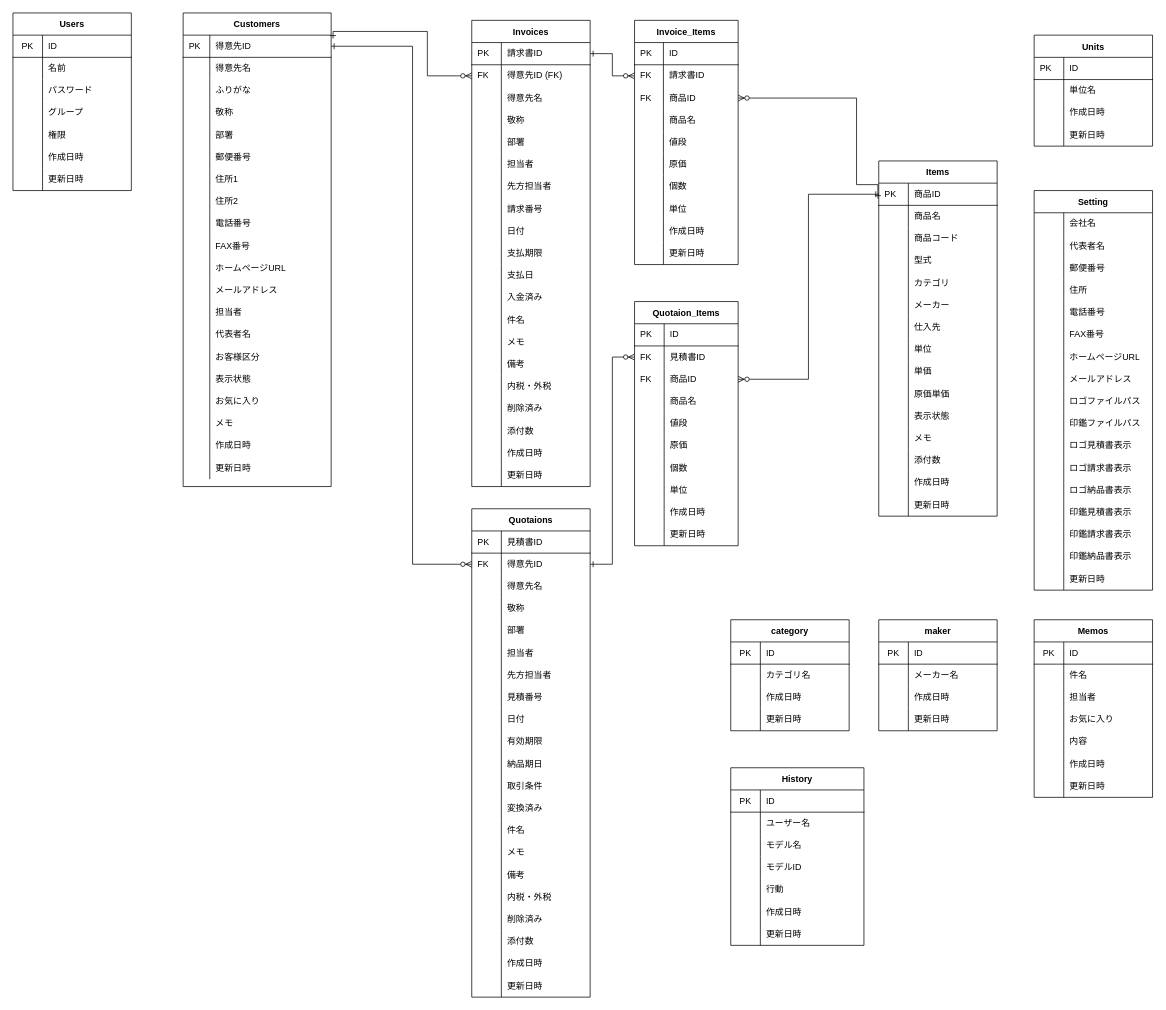
The draw.io diagram soho_er.dio in gamasenninn/caddie-clone, before the edit. Source tidied: cells renumbered, new cells numbered last; positions are measured from the earlier drawing's top-left corner, leaving out a move shared by most shapes. Both pictures are drawn from the tidied source at 74%, with x=0, y=0 at pixel (13, 13).
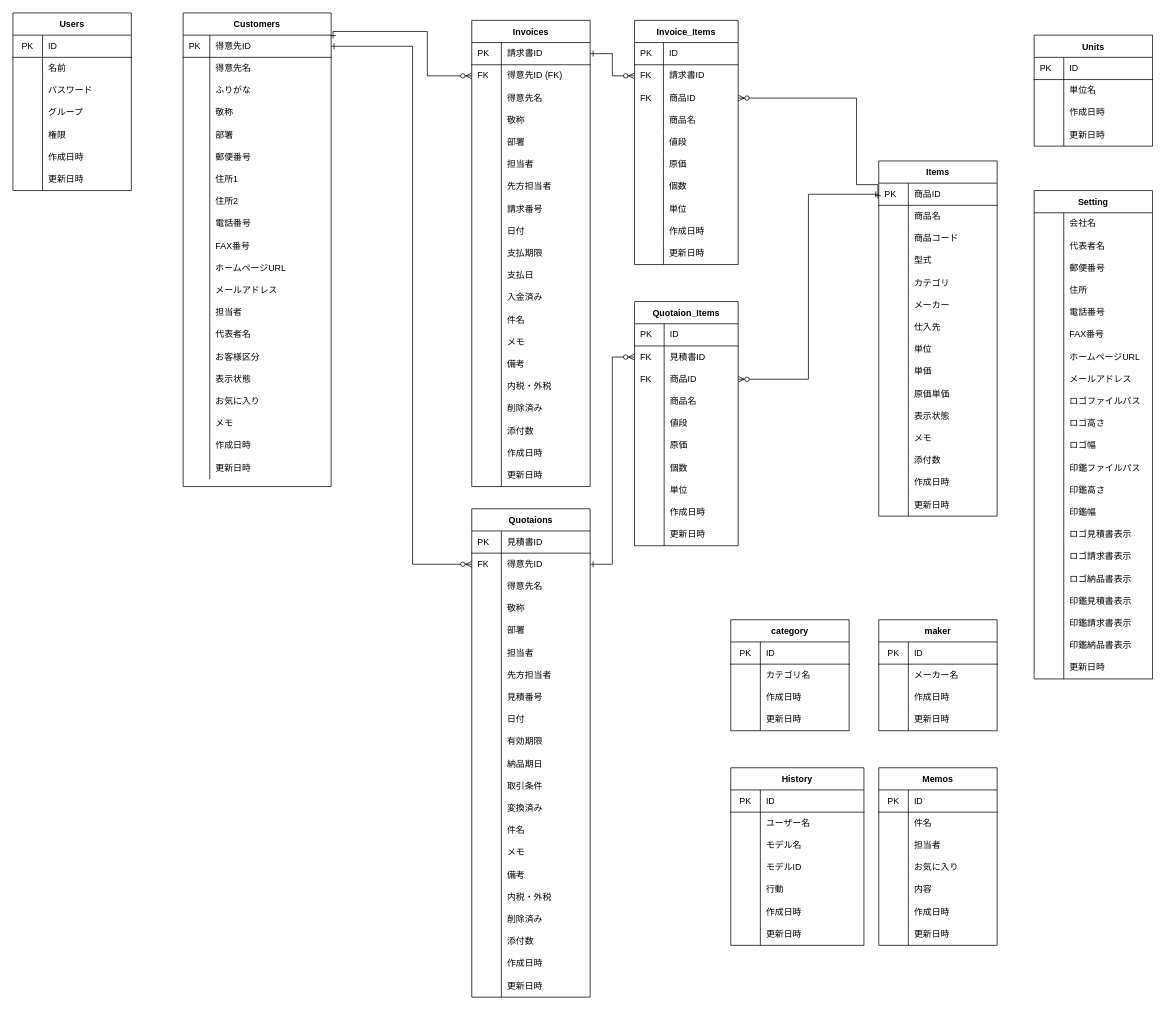
The same page after the edit.

Diff of the diagram source:
```diff
@@
     <mxCell id="309" value="Setting" style="shape=table;startSize=30;childLayout=tableLayout;rowLines=0;fontStyle=1;align=center;" parent="1" vertex="1">
-      <mxGeometry x="1380" y="240" width="160" height="540" as="geometry" />
+      <mxGeometry x="1380" y="240" width="160" height="660" as="geometry" />
     </mxCell>
@@
+    <mxCell id="459" style="shape=partialRectangle;html=1;whiteSpace=wrap;fillColor=none;top=0;left=0;bottom=0;right=0;" parent="309" vertex="1">
+      <mxGeometry y="300" width="160" height="30" as="geometry" />
+    </mxCell>
+    <mxCell id="460" style="shape=partialRectangle;html=1;whiteSpace=wrap;fillColor=none;top=0;left=0;bottom=0;right=0;align=left;spacingLeft=6;overflow=hidden;" parent="459" vertex="1">
+      <mxGeometry width="40" height="30" as="geometry" />
+    </mxCell>
+    <mxCell id="461" value="ロゴ高さ" style="shape=partialRectangle;html=1;whiteSpace=wrap;fillColor=none;top=0;left=0;bottom=0;right=0;align=left;spacingLeft=6;overflow=hidden;" parent="459" vertex="1">
+      <mxGeometry x="40" width="120" height="30" as="geometry" />
+    </mxCell>
+    <mxCell id="462" style="shape=partialRectangle;html=1;whiteSpace=wrap;fillColor=none;top=0;left=0;bottom=0;right=0;" parent="309" vertex="1">
+      <mxGeometry y="330" width="160" height="30" as="geometry" />
+    </mxCell>
+    <mxCell id="463" style="shape=partialRectangle;html=1;whiteSpace=wrap;fillColor=none;top=0;left=0;bottom=0;right=0;align=left;spacingLeft=6;overflow=hidden;" parent="462" vertex="1">
+      <mxGeometry width="40" height="30" as="geometry" />
+    </mxCell>
+    <mxCell id="464" value="ロゴ幅" style="shape=partialRectangle;html=1;whiteSpace=wrap;fillColor=none;top=0;left=0;bottom=0;right=0;align=left;spacingLeft=6;overflow=hidden;" parent="462" vertex="1">
+      <mxGeometry x="40" width="120" height="30" as="geometry" />
+    </mxCell>
     <mxCell id="337" style="shape=partialRectangle;html=1;whiteSpace=wrap;fillColor=none;top=0;left=0;bottom=0;right=0;" parent="309" vertex="1">
-      <mxGeometry y="300" width="160" height="30" as="geometry" />
+      <mxGeometry y="360" width="160" height="30" as="geometry" />
     </mxCell>
@@
+    <mxCell id="465" style="shape=partialRectangle;html=1;whiteSpace=wrap;fillColor=none;top=0;left=0;bottom=0;right=0;" parent="309" vertex="1">
+      <mxGeometry y="390" width="160" height="30" as="geometry" />
+    </mxCell>
+    <mxCell id="466" style="shape=partialRectangle;html=1;whiteSpace=wrap;fillColor=none;top=0;left=0;bottom=0;right=0;align=left;spacingLeft=6;overflow=hidden;" parent="465" vertex="1">
+      <mxGeometry width="40" height="30" as="geometry" />
+    </mxCell>
+    <mxCell id="467" value="印鑑高さ" style="shape=partialRectangle;html=1;whiteSpace=wrap;fillColor=none;top=0;left=0;bottom=0;right=0;align=left;spacingLeft=6;overflow=hidden;" parent="465" vertex="1">
+      <mxGeometry x="40" width="120" height="30" as="geometry" />
+    </mxCell>
+    <mxCell id="468" style="shape=partialRectangle;html=1;whiteSpace=wrap;fillColor=none;top=0;left=0;bottom=0;right=0;" parent="309" vertex="1">
+      <mxGeometry y="420" width="160" height="30" as="geometry" />
+    </mxCell>
+    <mxCell id="469" style="shape=partialRectangle;html=1;whiteSpace=wrap;fillColor=none;top=0;left=0;bottom=0;right=0;align=left;spacingLeft=6;overflow=hidden;" parent="468" vertex="1">
+      <mxGeometry width="40" height="30" as="geometry" />
+    </mxCell>
+    <mxCell id="470" value="印鑑幅" style="shape=partialRectangle;html=1;whiteSpace=wrap;fillColor=none;top=0;left=0;bottom=0;right=0;align=left;spacingLeft=6;overflow=hidden;" parent="468" vertex="1">
+      <mxGeometry x="40" width="120" height="30" as="geometry" />
+    </mxCell>
     <mxCell id="340" style="shape=partialRectangle;html=1;whiteSpace=wrap;fillColor=none;top=0;left=0;bottom=0;right=0;" parent="309" vertex="1">
-      <mxGeometry y="330" width="160" height="30" as="geometry" />
+      <mxGeometry y="450" width="160" height="30" as="geometry" />
     </mxCell>
@@
     <mxCell id="343" style="shape=partialRectangle;html=1;whiteSpace=wrap;fillColor=none;top=0;left=0;bottom=0;right=0;" parent="309" vertex="1">
-      <mxGeometry y="360" width="160" height="30" as="geometry" />
+      <mxGeometry y="480" width="160" height="30" as="geometry" />
     </mxCell>
@@
     <mxCell id="346" style="shape=partialRectangle;html=1;whiteSpace=wrap;fillColor=none;top=0;left=0;bottom=0;right=0;" parent="309" vertex="1">
-      <mxGeometry y="390" width="160" height="30" as="geometry" />
+      <mxGeometry y="510" width="160" height="30" as="geometry" />
     </mxCell>
@@
     <mxCell id="349" style="shape=partialRectangle;html=1;whiteSpace=wrap;fillColor=none;top=0;left=0;bottom=0;right=0;" parent="309" vertex="1">
-      <mxGeometry y="420" width="160" height="30" as="geometry" />
+      <mxGeometry y="540" width="160" height="30" as="geometry" />
     </mxCell>
@@
     <mxCell id="352" style="shape=partialRectangle;html=1;whiteSpace=wrap;fillColor=none;top=0;left=0;bottom=0;right=0;" parent="309" vertex="1">
-      <mxGeometry y="450" width="160" height="30" as="geometry" />
+      <mxGeometry y="570" width="160" height="30" as="geometry" />
     </mxCell>
@@
     <mxCell id="355" style="shape=partialRectangle;html=1;whiteSpace=wrap;fillColor=none;top=0;left=0;bottom=0;right=0;" parent="309" vertex="1">
-      <mxGeometry y="480" width="160" height="30" as="geometry" />
+      <mxGeometry y="600" width="160" height="30" as="geometry" />
     </mxCell>
@@
     <mxCell id="358" style="shape=partialRectangle;html=1;whiteSpace=wrap;fillColor=none;top=0;left=0;bottom=0;right=0;" parent="309" vertex="1">
-      <mxGeometry y="510" width="160" height="30" as="geometry" />
+      <mxGeometry y="630" width="160" height="30" as="geometry" />
     </mxCell>
@@
     <mxCell id="367" value="Memos" style="shape=table;startSize=30;childLayout=tableLayout;rowLines=0;fontStyle=1;align=center;" parent="1" vertex="1">
-      <mxGeometry x="1380" y="820" width="160" height="240" as="geometry" />
+      <mxGeometry x="1170" y="1020" width="160" height="240" as="geometry" />
     </mxCell>
```
